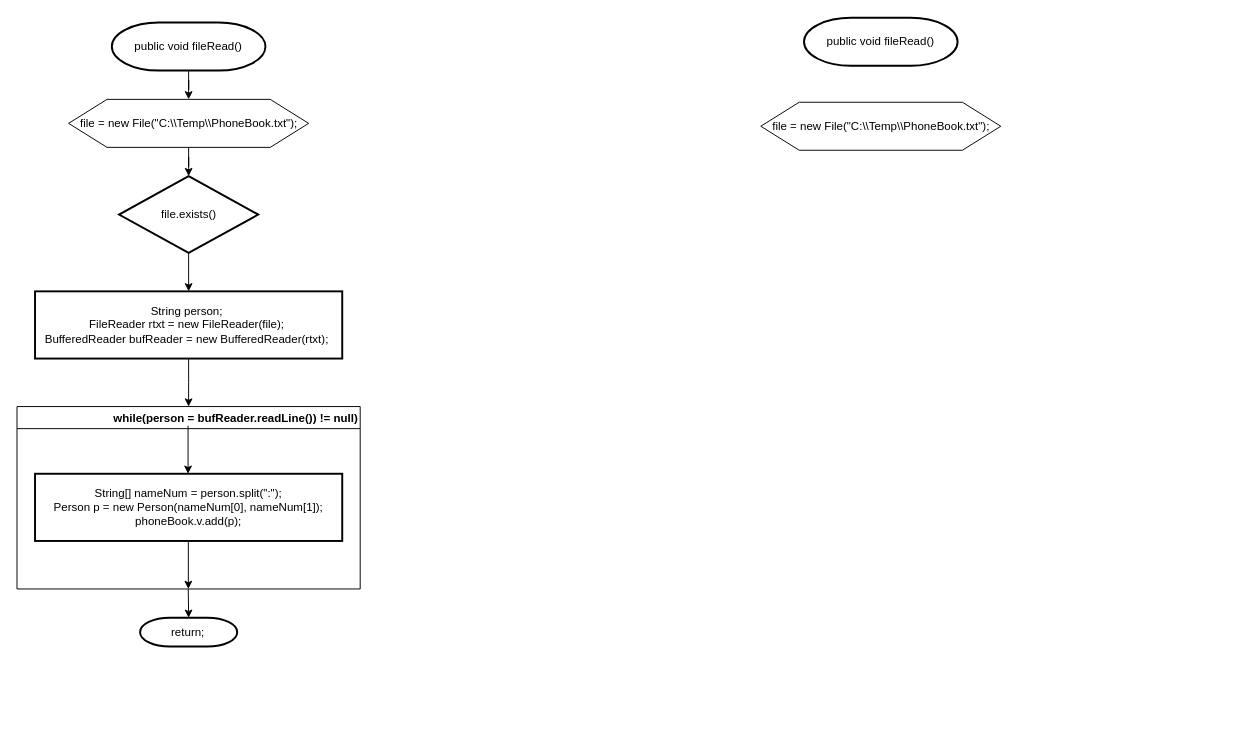
This is 순서도/fileRead 순서도.drawio from skatld123/PH_list_java, a draw.io file, before an edit. Source tidied: cells renumbered, new cells numbered last; positions are measured from the earlier drawing's top-left corner, leaving out a move shared by most shapes. Both pictures are drawn from the tidied source at 96%, with x=0, y=0 at pixel (16, 17).
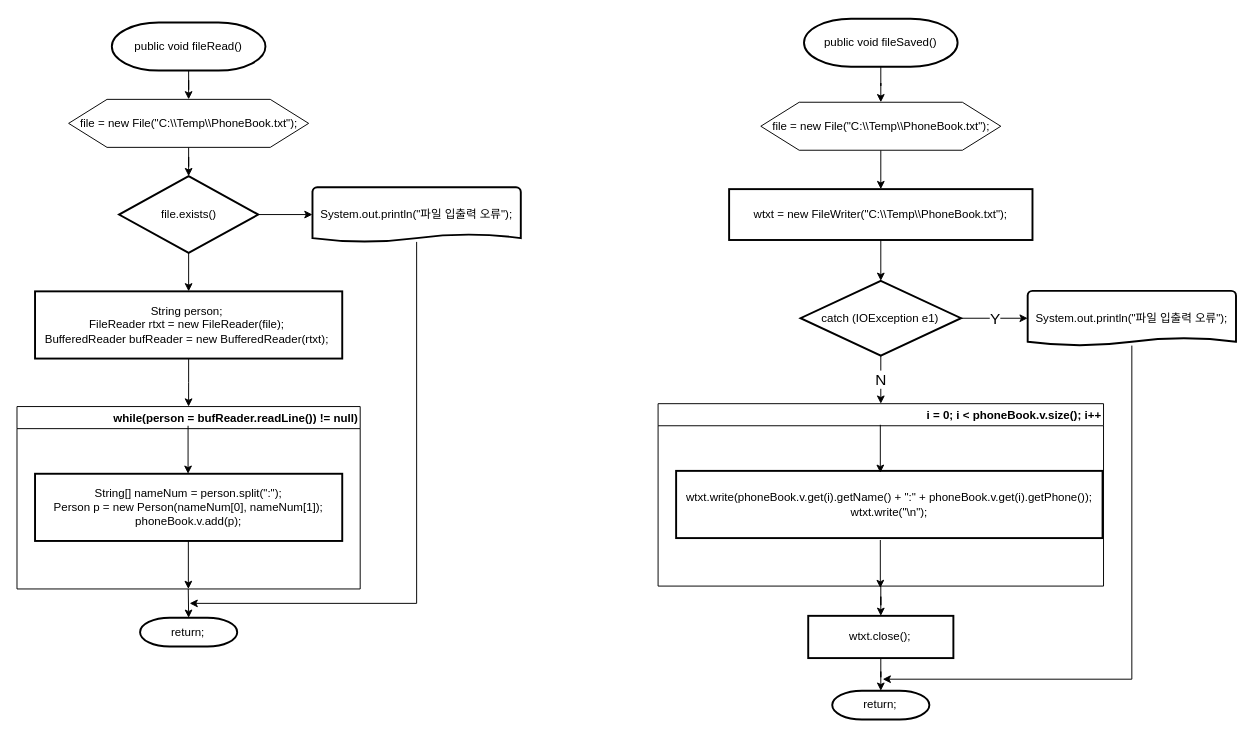
The same page after the edit.

Commit message:
fileRead 순서도.drawio 업데이트

The change refers to these unchanged cells:
```xml
<mxCell id="7" value="file.exists()" style="strokeWidth=2;html=1;shape=mxgraph.flowchart.decision;whiteSpace=wrap;" parent="1" vertex="1">
  <mxGeometry x="106.5" y="165" width="145" height="80" as="geometry" />
</mxCell>
<mxCell id="17" value="file = new File(&quot;C:\\Temp\\PhoneBook.txt&quot;);" style="verticalLabelPosition=middle;verticalAlign=middle;html=1;shape=hexagon;perimeter=hexagonPerimeter2;arcSize=6;size=0.16;labelPosition=center;align=center;" parent="1" vertex="1">
  <mxGeometry x="775" y="88" width="250" height="50" as="geometry" />
</mxCell>
```

The edit, as a diff of the source:
```diff
@@
+    <mxCell id="18" style="edgeStyle=orthogonalEdgeStyle;rounded=0;jettySize=auto;html=1;fontSize=16;" parent="1" edge="1" source="7" target="37">
+      <mxGeometry relative="1" as="geometry" />
+    </mxCell>
@@
+    <mxCell id="19" style="edgeStyle=orthogonalEdgeStyle;rounded=0;jettySize=auto;html=1;" parent="1" edge="1" source="16" target="17">
+      <mxGeometry relative="1" as="geometry" />
+    </mxCell>
-    <mxCell id="16" value="public void fileRead()" style="strokeWidth=2;html=1;shape=mxgraph.flowchart.terminator;whiteSpace=wrap;" parent="1" vertex="1">
-      <mxGeometry x="820" width="160" height="50" as="geometry" />
+    <mxCell id="16" value="public void fileSaved()" style="strokeWidth=2;html=1;shape=mxgraph.flowchart.terminator;whiteSpace=wrap;" parent="1" vertex="1">
+      <mxGeometry x="820" y="1" width="160" height="50" as="geometry" />
     </mxCell>
+    <mxCell id="20" style="edgeStyle=orthogonalEdgeStyle;rounded=0;jettySize=auto;html=1;" parent="1" edge="1" source="17" target="25">
+      <mxGeometry relative="1" as="geometry" />
+    </mxCell>
@@
+    <mxCell id="21" value="Y" style="edgeStyle=orthogonalEdgeStyle;rounded=0;jettySize=auto;html=1;fontSize=16;" parent="1" edge="1" source="23" target="34">
+      <mxGeometry relative="1" as="geometry" />
+    </mxCell>
+    <mxCell id="22" value="N" style="edgeStyle=orthogonalEdgeStyle;rounded=0;jettySize=auto;html=1;entryX=0.5;entryY=0;entryDx=0;entryDy=0;fontSize=16;" parent="1" edge="1" source="23" target="27">
+      <mxGeometry relative="1" as="geometry" />
+    </mxCell>
+    <mxCell id="23" value="catch (IOException e1)" style="strokeWidth=2;html=1;shape=mxgraph.flowchart.decision;whiteSpace=wrap;" parent="1" vertex="1">
+      <mxGeometry x="816.4" y="274" width="167.2" height="78" as="geometry" />
+    </mxCell>
+    <mxCell id="24" style="edgeStyle=orthogonalEdgeStyle;rounded=0;jettySize=auto;html=1;" parent="1" edge="1" source="25" target="23">
+      <mxGeometry relative="1" as="geometry" />
+    </mxCell>
+    <mxCell id="25" value="wtxt = new FileWriter(&quot;C:\\Temp\\PhoneBook.txt&quot;);" style="rounded=1;whiteSpace=wrap;html=1;absoluteArcSize=1;arcSize=0;strokeWidth=2;" parent="1" vertex="1">
+      <mxGeometry x="742" y="178.5" width="316" height="53" as="geometry" />
+    </mxCell>
+    <mxCell id="26" style="edgeStyle=orthogonalEdgeStyle;rounded=0;jettySize=auto;html=1;entryX=0.5;entryY=0;entryDx=0;entryDy=0;fontSize=16;" parent="1" edge="1" source="27" target="32">
+      <mxGeometry relative="1" as="geometry" />
+    </mxCell>
+    <mxCell id="27" value="i = 0; i &lt; phoneBook.v.size(); i++" style="swimlane;align=right;" parent="1" vertex="1">
+      <mxGeometry x="668" y="402" width="464" height="190" as="geometry" />
+    </mxCell>
+    <mxCell id="28" value="&lt;div&gt;wtxt.write(phoneBook.v.get(i).getName() + &quot;:&quot; + phoneBook.v.get(i).getPhone());&lt;/div&gt;&lt;div&gt;&lt;span&gt;    &lt;/span&gt;wtxt.write(&quot;\n&quot;);&lt;/div&gt;" style="rounded=1;whiteSpace=wrap;html=1;absoluteArcSize=1;arcSize=0;strokeWidth=2;" parent="27" vertex="1">
+      <mxGeometry x="18.8" y="70" width="444.2" height="70" as="geometry" />
+    </mxCell>
+    <mxCell id="29" style="edgeStyle=orthogonalEdgeStyle;rounded=0;orthogonalLoop=1;jettySize=auto;html=1;entryX=0.5;entryY=0;entryDx=0;entryDy=0;" parent="27" edge="1">
+      <mxGeometry relative="1" as="geometry">
+        <mxPoint x="231.5" y="22" as="sourcePoint" />
+        <mxPoint x="231.5" y="72" as="targetPoint" />
+      </mxGeometry>
+    </mxCell>
+    <mxCell id="30" style="edgeStyle=orthogonalEdgeStyle;rounded=0;orthogonalLoop=1;jettySize=auto;html=1;entryX=0.5;entryY=0;entryDx=0;entryDy=0;" parent="27" edge="1">
+      <mxGeometry relative="1" as="geometry">
+        <mxPoint x="231.5" y="142" as="sourcePoint" />
+        <mxPoint x="231.5" y="192" as="targetPoint" />
+      </mxGeometry>
+    </mxCell>
+    <mxCell id="31" style="edgeStyle=orthogonalEdgeStyle;rounded=0;jettySize=auto;html=1;fontSize=16;" parent="1" edge="1" source="32" target="35">
+      <mxGeometry relative="1" as="geometry" />
+    </mxCell>
+    <mxCell id="32" value="wtxt.close();" style="rounded=1;whiteSpace=wrap;html=1;absoluteArcSize=1;arcSize=0;strokeWidth=2;" parent="1" vertex="1">
+      <mxGeometry x="824.4" y="623" width="151.2" height="44" as="geometry" />
+    </mxCell>
+    <mxCell id="33" style="edgeStyle=orthogonalEdgeStyle;rounded=0;jettySize=auto;html=1;fontSize=16;" parent="1" edge="1" source="34">
+      <mxGeometry relative="1" as="geometry">
+        <mxPoint x="902" y="689" as="targetPoint" />
+        <Array as="points">
+          <mxPoint x="1162" y="689" />
+        </Array>
+      </mxGeometry>
+    </mxCell>
+    <mxCell id="34" value="System.out.println(&quot;파일 입출력 오류&quot;);" style="strokeWidth=2;html=1;shape=mxgraph.flowchart.document2;whiteSpace=wrap;size=0.14035087719298245;" parent="1" vertex="1">
+      <mxGeometry x="1053" y="284.5" width="217" height="57" as="geometry" />
+    </mxCell>
+    <mxCell id="35" value="return;" style="strokeWidth=2;html=1;shape=mxgraph.flowchart.terminator;whiteSpace=wrap;" parent="1" vertex="1">
+      <mxGeometry x="849.4" y="701" width="101.2" height="30" as="geometry" />
+    </mxCell>
+    <mxCell id="36" style="edgeStyle=orthogonalEdgeStyle;rounded=0;jettySize=auto;html=1;fontSize=16;" parent="1" edge="1" source="37">
+      <mxGeometry relative="1" as="geometry">
+        <mxPoint x="180" y="610" as="targetPoint" />
+        <Array as="points">
+          <mxPoint x="417" y="610" />
+        </Array>
+      </mxGeometry>
+    </mxCell>
+    <mxCell id="37" value="System.out.println(&quot;파일 입출력 오류&quot;);" style="strokeWidth=2;html=1;shape=mxgraph.flowchart.document2;whiteSpace=wrap;size=0.14035087719298245;" parent="1" vertex="1">
+      <mxGeometry x="308" y="176.5" width="217" height="57" as="geometry" />
+    </mxCell>
```
